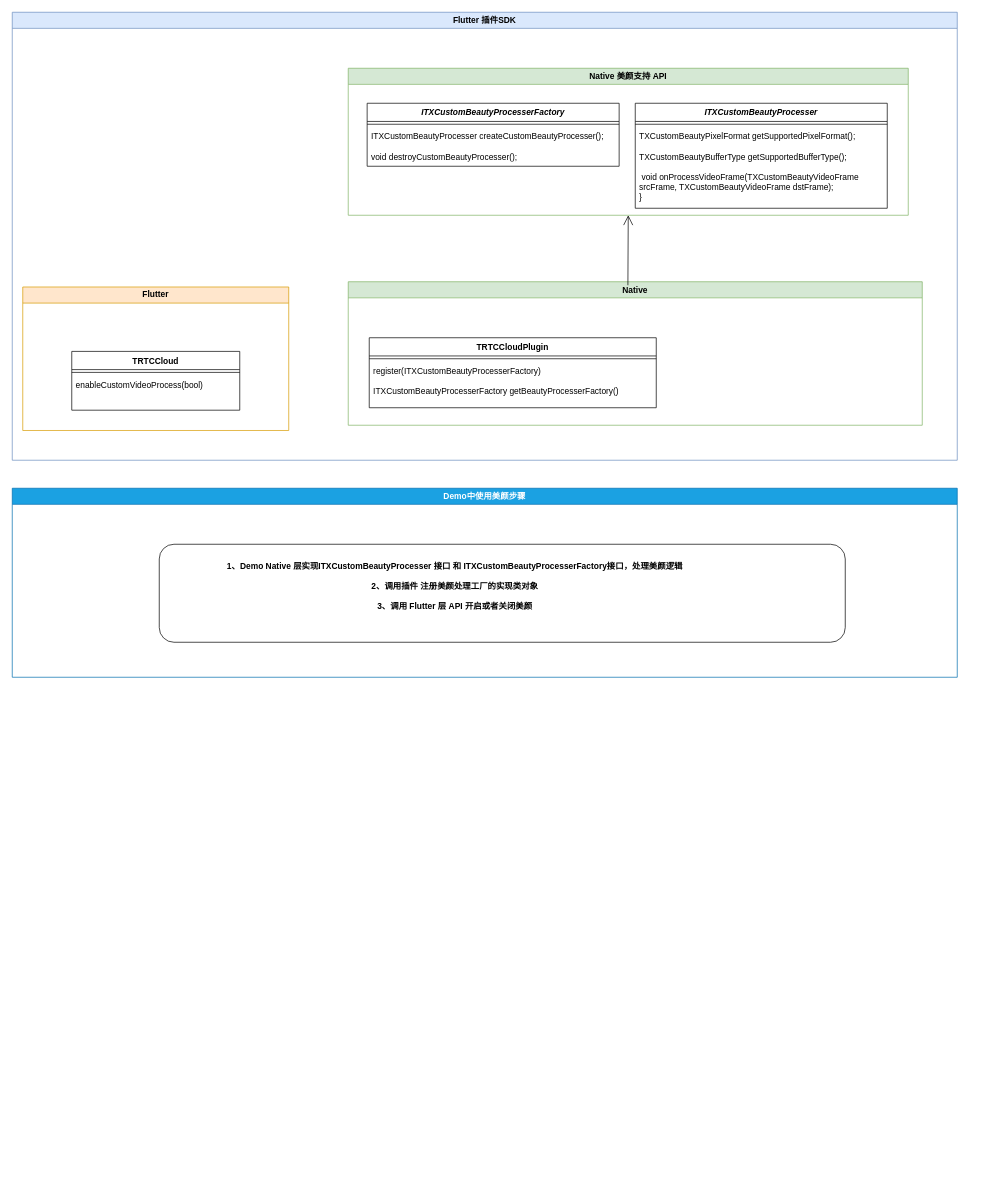
Before: Untitled Diagram.drawio in paopaosecret/resources, a draw.io diagram. Source tidied: cells renumbered, new cells numbered last; positions are measured from the earlier drawing's top-left corner, leaving out a move shared by most shapes. Both pictures are drawn from the tidied source at 70%, with x=0, y=0 at pixel (12, 12).
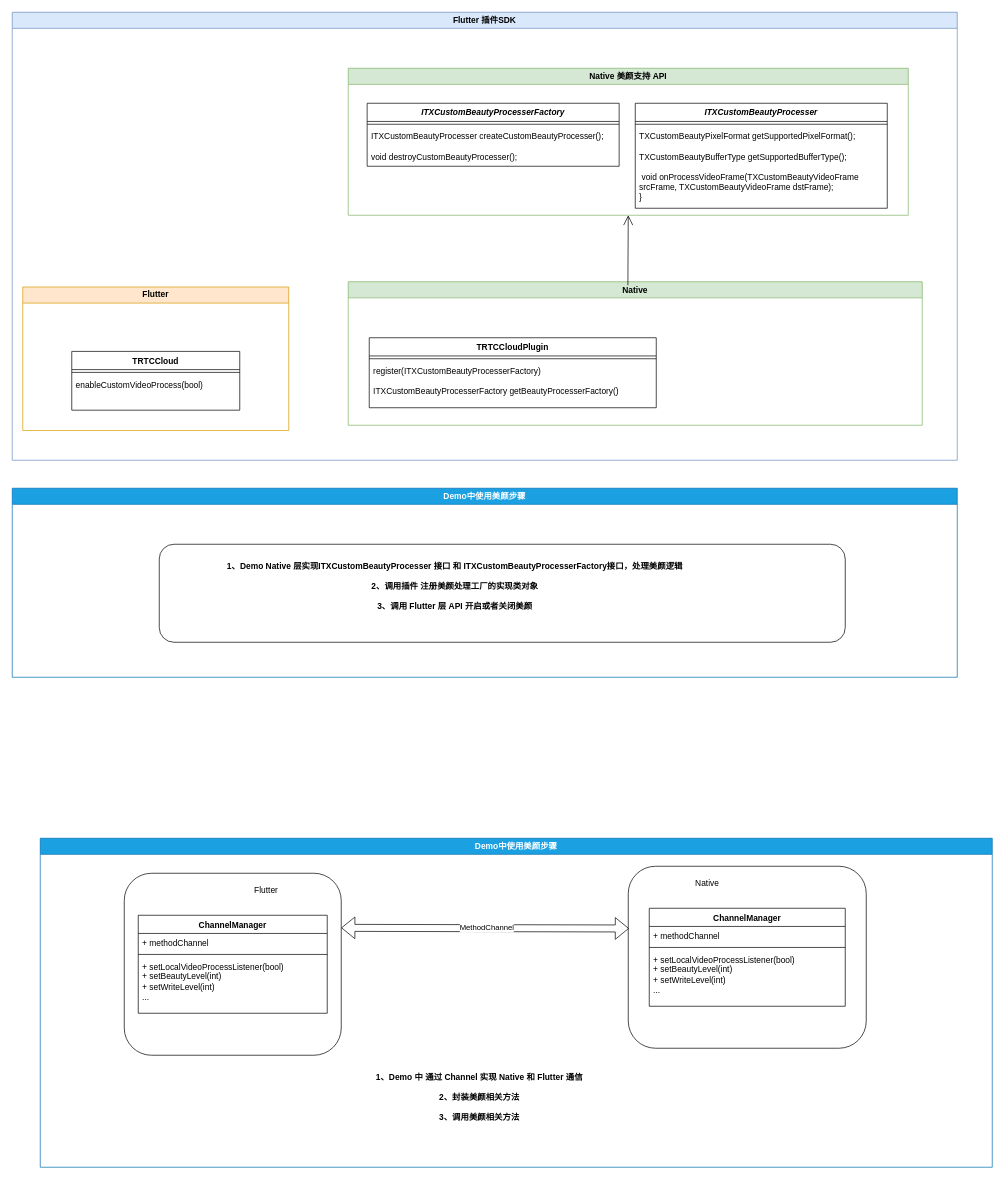
The same page after the edit.

The edit, as a diff of the source:
```diff
@@
+    <mxCell id="22" value="Demo中使用美颜步骤" style="swimlane;whiteSpace=wrap;html=1;fillColor=#1ba1e2;strokeColor=#006EAF;startSize=23;fontColor=#ffffff;" parent="1" vertex="1">
+      <mxGeometry x="40" y="1180" width="1360" height="470" as="geometry" />
+    </mxCell>
+    <mxCell id="23" value="&lt;b&gt;&lt;div style=&quot;&quot;&gt;1、Demo 中 通过 Channel 实现 Native 和 Flutter 通信&lt;/div&gt;&lt;div style=&quot;&quot;&gt;&lt;br&gt;&lt;/div&gt;&lt;div style=&quot;&quot;&gt;2、封装美颜相关方法&lt;/div&gt;&lt;div style=&quot;&quot;&gt;&lt;br&gt;&lt;/div&gt;&lt;div style=&quot;&quot;&gt;3、调用美颜相关方法&lt;/div&gt;&lt;/b&gt;" style="text;html=1;strokeColor=none;fillColor=default;align=center;verticalAlign=middle;whiteSpace=wrap;rounded=0;" parent="22" vertex="1">
+      <mxGeometry x="260" y="340" width="735" height="60" as="geometry" />
+    </mxCell>
+    <mxCell id="24" style="rounded=1;whiteSpace=wrap;html=1;" parent="22" vertex="1">
+      <mxGeometry x="120" y="50" width="310" height="260" as="geometry" />
+    </mxCell>
+    <mxCell id="25" style="rounded=1;whiteSpace=wrap;html=1;" parent="22" vertex="1">
+      <mxGeometry x="840" y="40" width="340" height="260" as="geometry" />
+    </mxCell>
+    <mxCell id="26" style="shape=flexArrow;endArrow=classic;startArrow=classic;html=1;rounded=0;exitX=0.995;exitY=0.208;exitDx=0;exitDy=0;entryX=0;entryY=0.25;entryDx=0;entryDy=0;exitPerimeter=0;" parent="22" edge="1">
+      <mxGeometry relative="1" as="geometry">
+        <mxPoint x="430" y="128" as="sourcePoint" />
+        <mxPoint x="841" y="128.9" as="targetPoint" />
+      </mxGeometry>
+    </mxCell>
+    <mxCell id="27" value="MethodChannel" style="edgeLabel;html=1;align=center;verticalAlign=middle;" parent="26" vertex="1">
+      <mxGeometry x="0.01" y="1" relative="1" as="geometry">
+        <mxPoint x="-1" as="offset" />
+      </mxGeometry>
+    </mxCell>
+    <mxCell id="28" value="Flutter" style="text;strokeColor=none;fillColor=none;align=left;verticalAlign=middle;spacingLeft=4;spacingRight=4;overflow=hidden;whiteSpace=wrap;html=1;" parent="22" vertex="1">
+      <mxGeometry x="300" y="60" width="80" height="30" as="geometry" />
+    </mxCell>
+    <mxCell id="29" value="Native" style="text;strokeColor=none;fillColor=none;align=left;verticalAlign=middle;spacingLeft=4;spacingRight=4;overflow=hidden;whiteSpace=wrap;html=1;" parent="22" vertex="1">
+      <mxGeometry x="930" y="50" width="80" height="30" as="geometry" />
+    </mxCell>
+    <mxCell id="30" value="ChannelManager" style="swimlane;fontStyle=1;align=center;verticalAlign=top;horizontal=1;startSize=26;whiteSpace=wrap;html=1;" parent="22" vertex="1">
+      <mxGeometry x="140" y="110" width="270" height="140" as="geometry" />
+    </mxCell>
+    <mxCell id="31" value="+ methodChannel" style="text;strokeColor=none;fillColor=none;align=left;verticalAlign=top;spacingLeft=4;spacingRight=4;overflow=hidden;whiteSpace=wrap;html=1;" parent="30" vertex="1">
+      <mxGeometry y="26" width="270" height="26" as="geometry" />
+    </mxCell>
+    <mxCell id="32" style="line;strokeWidth=1;fillColor=none;align=left;verticalAlign=middle;spacingTop=-1;spacingLeft=3;spacingRight=3;labelPosition=right;strokeColor=inherit;" parent="30" vertex="1">
+      <mxGeometry y="52" width="270" height="8" as="geometry" />
+    </mxCell>
+    <mxCell id="33" value="+&amp;nbsp;setLocalVideoProcessListener(bool)&lt;br&gt;+ setBeautyLevel(int)&lt;br&gt;+ setWriteLevel(int)&lt;br&gt;..." style="text;strokeColor=none;fillColor=none;align=left;verticalAlign=top;spacingLeft=4;spacingRight=4;overflow=hidden;whiteSpace=wrap;html=1;" parent="30" vertex="1">
+      <mxGeometry y="60" width="270" height="80" as="geometry" />
+    </mxCell>
+    <mxCell id="34" value="ChannelManager" style="swimlane;fontStyle=1;align=center;verticalAlign=top;horizontal=1;startSize=26;whiteSpace=wrap;html=1;" parent="22" vertex="1">
+      <mxGeometry x="870" y="100" width="280" height="140" as="geometry" />
+    </mxCell>
+    <mxCell id="35" value="+ methodChannel" style="text;strokeColor=none;fillColor=none;align=left;verticalAlign=top;spacingLeft=4;spacingRight=4;overflow=hidden;whiteSpace=wrap;html=1;" parent="34" vertex="1">
+      <mxGeometry y="26" width="280" height="26" as="geometry" />
+    </mxCell>
+    <mxCell id="36" style="line;strokeWidth=1;fillColor=none;align=left;verticalAlign=middle;spacingTop=-1;spacingLeft=3;spacingRight=3;labelPosition=right;strokeColor=inherit;" parent="34" vertex="1">
+      <mxGeometry y="52" width="280" height="8" as="geometry" />
+    </mxCell>
+    <mxCell id="37" value="+&amp;nbsp;setLocalVideoProcessListener(bool)&lt;br style=&quot;border-color: var(--border-color);&quot;&gt;+ setBeautyLevel(int)&lt;br style=&quot;border-color: var(--border-color);&quot;&gt;+ setWriteLevel(int)&lt;br&gt;..." style="text;strokeColor=none;fillColor=none;align=left;verticalAlign=top;spacingLeft=4;spacingRight=4;overflow=hidden;whiteSpace=wrap;html=1;" parent="34" vertex="1">
+      <mxGeometry y="60" width="280" height="80" as="geometry" />
+    </mxCell>
```
